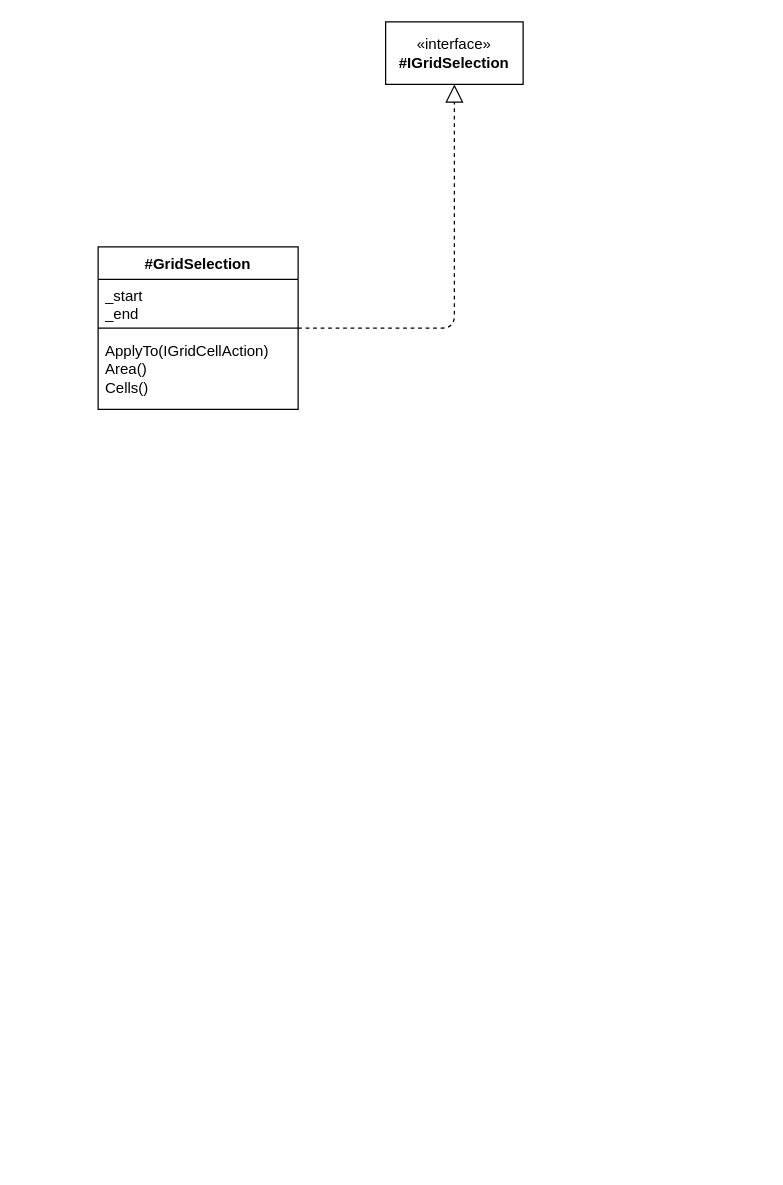
Kyukwang94/tower-defence-game keeps this draw.io diagram as documents/diagrams/GridSelection_System(elegant).drawio. Above is the earlier version. Source tidied: cells renumbered, new cells numbered last; positions are measured from the earlier drawing's top-left corner, leaving out a move shared by most shapes. Both pictures are drawn from the tidied source at 125%, with x=0, y=0 at pixel (98, 21).
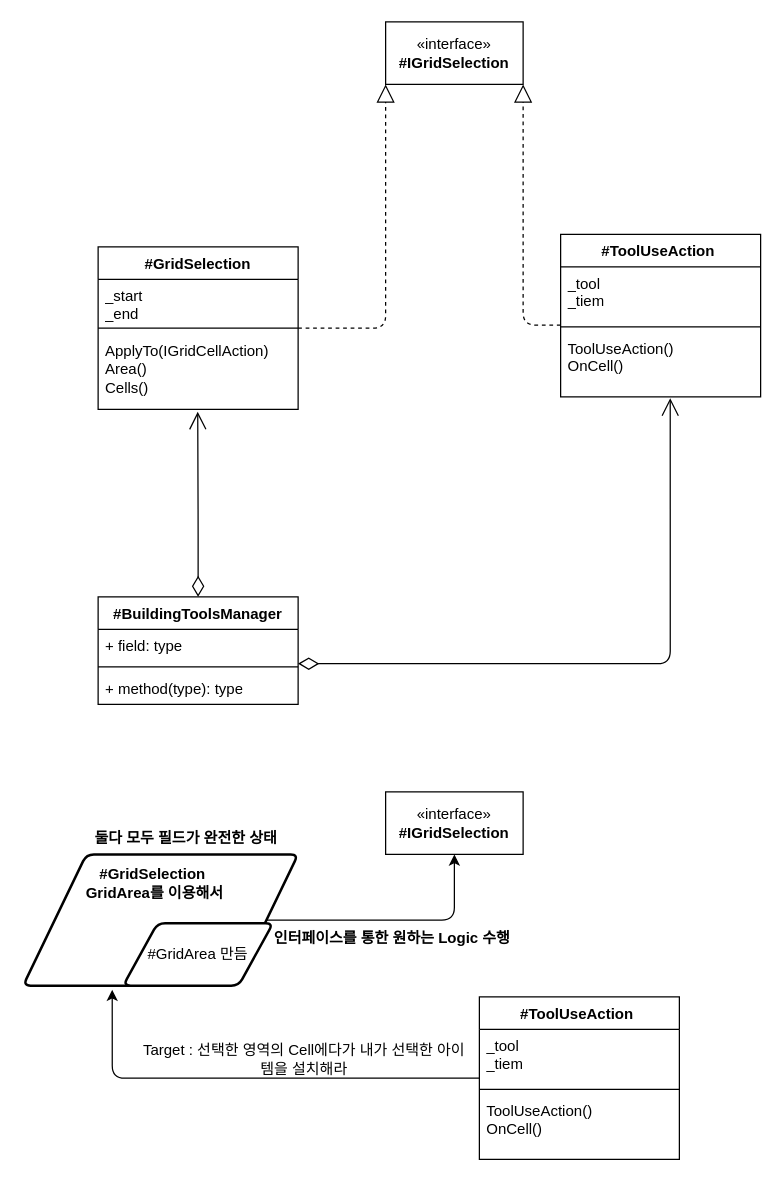
The same page after the edit.

Commit message (it also covers changes not shown here):
REF : BuildingToolsManager <<elegant objects>> 저자가 의도하는 바로 코드 리팩토링 객체가 능동적으로 명령을 수행 할 수 있도록 바꿈

Unchanged cells that the change refers to:
```xml
<mxCell id="2" value="#GridSelection&lt;div&gt;&lt;br&gt;&lt;/div&gt;" style="swimlane;fontStyle=1;align=center;verticalAlign=top;horizontal=1;startSize=26;whiteSpace=wrap;html=1;" parent="1" vertex="1">
  <mxGeometry y="180" width="160" height="130" as="geometry" />
</mxCell>
<mxCell id="5" value="ApplyTo(IGridCellAction)&amp;nbsp;&lt;div&gt;Area()&lt;/div&gt;&lt;div&gt;Cells()&lt;/div&gt;" style="text;strokeColor=none;fillColor=none;align=left;verticalAlign=top;spacingLeft=4;spacingRight=4;overflow=hidden;points=[[0,0.5],[1,0.5]];portConstraint=eastwest;whiteSpace=wrap;html=1;" parent="2" vertex="1">
  <mxGeometry y="70" width="160" height="60" as="geometry" />
</mxCell>
<mxCell id="6" value="«interface»&lt;br&gt;&lt;b&gt;#IGridSelection&lt;/b&gt;" style="html=1;whiteSpace=wrap;" parent="1" vertex="1">
  <mxGeometry x="230" width="110" height="50" as="geometry" />
</mxCell>
```

Diff of the diagram source:
```diff
@@
-    <mxCell id="7" style="endArrow=block;dashed=1;endFill=0;endSize=12;html=1;entryX=0.5;entryY=1;entryDx=0;entryDy=0;exitX=1;exitY=0.5;exitDx=0;exitDy=0;edgeStyle=orthogonalEdgeStyle;" parent="1" edge="1" source="2" target="6">
+    <mxCell id="7" style="endArrow=block;dashed=1;endFill=0;endSize=12;html=1;entryX=0;entryY=1;entryDx=0;entryDy=0;exitX=1;exitY=0.5;exitDx=0;exitDy=0;edgeStyle=orthogonalEdgeStyle;" parent="1" edge="1" source="2" target="6">
       <mxGeometry relative="1" as="geometry" />
     </mxCell>
+    <mxCell id="8" value="#ToolUseAction&amp;nbsp;" style="swimlane;fontStyle=1;align=center;verticalAlign=top;horizontal=1;startSize=26;whiteSpace=wrap;html=1;" parent="1" vertex="1">
+      <mxGeometry x="370" y="170" width="160" height="130" as="geometry" />
+    </mxCell>
+    <mxCell id="9" value="_tool&lt;div&gt;_tiem&lt;/div&gt;" style="text;strokeColor=none;fillColor=none;align=left;verticalAlign=top;spacingLeft=4;spacingRight=4;overflow=hidden;points=[[0,0.5],[1,0.5]];portConstraint=eastwest;whiteSpace=wrap;html=1;" parent="8" vertex="1">
+      <mxGeometry y="26" width="160" height="44" as="geometry" />
+    </mxCell>
+    <mxCell id="10" style="line;strokeWidth=1;fillColor=none;align=left;verticalAlign=middle;spacingTop=-1;spacingLeft=3;spacingRight=3;labelPosition=right;strokeColor=inherit;" parent="8" vertex="1">
+      <mxGeometry y="70" width="160" height="8" as="geometry" />
+    </mxCell>
+    <mxCell id="11" value="ToolUseAction()&lt;div&gt;OnCell()&lt;/div&gt;" style="text;strokeColor=none;fillColor=none;align=left;verticalAlign=top;spacingLeft=4;spacingRight=4;overflow=hidden;points=[[0,0.5],[1,0.5]];portConstraint=eastwest;whiteSpace=wrap;html=1;" parent="8" vertex="1">
+      <mxGeometry y="78" width="160" height="52" as="geometry" />
+    </mxCell>
+    <mxCell id="12" style="endArrow=block;dashed=1;endFill=0;endSize=12;html=1;entryX=1;entryY=1;entryDx=0;entryDy=0;exitX=0;exitY=1.058;exitDx=0;exitDy=0;edgeStyle=orthogonalEdgeStyle;exitPerimeter=0;" parent="1" edge="1" source="9" target="6">
+      <mxGeometry relative="1" as="geometry" />
+    </mxCell>
+    <mxCell id="13" value="#BuildingToolsManager" style="swimlane;fontStyle=1;align=center;verticalAlign=top;horizontal=1;startSize=26;whiteSpace=wrap;html=1;" parent="1" vertex="1">
+      <mxGeometry y="460" width="160" height="86" as="geometry" />
+    </mxCell>
+    <mxCell id="14" value="+ field: type" style="text;strokeColor=none;fillColor=none;align=left;verticalAlign=top;spacingLeft=4;spacingRight=4;overflow=hidden;points=[[0,0.5],[1,0.5]];portConstraint=eastwest;whiteSpace=wrap;html=1;" parent="13" vertex="1">
+      <mxGeometry y="26" width="160" height="26" as="geometry" />
+    </mxCell>
+    <mxCell id="15" style="line;strokeWidth=1;fillColor=none;align=left;verticalAlign=middle;spacingTop=-1;spacingLeft=3;spacingRight=3;labelPosition=right;strokeColor=inherit;" parent="13" vertex="1">
+      <mxGeometry y="52" width="160" height="8" as="geometry" />
+    </mxCell>
+    <mxCell id="16" value="+ method(type): type" style="text;strokeColor=none;fillColor=none;align=left;verticalAlign=top;spacingLeft=4;spacingRight=4;overflow=hidden;whiteSpace=wrap;html=1;" parent="13" vertex="1">
+      <mxGeometry y="60" width="160" height="26" as="geometry" />
+    </mxCell>
+    <mxCell id="17" style="endArrow=open;html=1;endSize=12;startArrow=diamondThin;startSize=14;startFill=0;edgeStyle=orthogonalEdgeStyle;align=left;verticalAlign=bottom;exitX=0.5;exitY=0;exitDx=0;exitDy=0;entryX=0.498;entryY=1.031;entryDx=0;entryDy=0;entryPerimeter=0;" parent="1" edge="1" source="13" target="5">
+      <mxGeometry x="-1" y="3" relative="1" as="geometry">
+        <Array as="points">
+          <mxPoint x="80" y="400" />
+          <mxPoint x="80" y="400" />
+        </Array>
+      </mxGeometry>
+    </mxCell>
+    <mxCell id="18" style="endArrow=open;html=1;endSize=12;startArrow=diamondThin;startSize=14;startFill=0;edgeStyle=orthogonalEdgeStyle;align=left;verticalAlign=bottom;exitX=1;exitY=1.055;exitDx=0;exitDy=0;entryX=0.548;entryY=1.02;entryDx=0;entryDy=0;entryPerimeter=0;exitPerimeter=0;" parent="1" edge="1" source="14" target="11">
+      <mxGeometry x="-1" y="3" relative="1" as="geometry">
+        <Array as="points">
+          <mxPoint x="458" y="513" />
+        </Array>
+      </mxGeometry>
+    </mxCell>
+    <mxCell id="19" style="edgeStyle=orthogonalEdgeStyle;html=1;entryX=0.5;entryY=1;entryDx=0;entryDy=0;" parent="1" edge="1" source="20" target="24">
+      <mxGeometry relative="1" as="geometry" />
+    </mxCell>
+    <mxCell id="20" style="shape=parallelogram;html=1;strokeWidth=2;perimeter=parallelogramPerimeter;whiteSpace=wrap;rounded=1;arcSize=12;size=0.23;align=left;" parent="1" vertex="1">
+      <mxGeometry x="-60" y="666" width="220" height="105" as="geometry" />
+    </mxCell>
+    <mxCell id="21" value="#GridArea 만듬" style="shape=parallelogram;html=1;strokeWidth=2;perimeter=parallelogramPerimeter;whiteSpace=wrap;rounded=1;arcSize=12;size=0.23;" parent="20" vertex="1">
+      <mxGeometry x="80" y="55" width="120" height="50" as="geometry" />
+    </mxCell>
+    <mxCell id="22" value="#GridSelection&amp;nbsp;&lt;div&gt;GridArea를 이용해서&lt;/div&gt;" style="text;align=center;fontStyle=1;verticalAlign=middle;spacingLeft=3;spacingRight=3;strokeColor=none;html=1;" parent="20" vertex="1">
+      <mxGeometry x="50" y="10" width="110" height="26" as="geometry" />
+    </mxCell>
+    <mxCell id="23" value="둘다 모두 필드가 완전한 상태" style="text;align=center;fontStyle=1;verticalAlign=middle;spacingLeft=3;spacingRight=3;strokeColor=none;html=1;" parent="1" vertex="1">
+      <mxGeometry x="30" y="640" width="80" height="26" as="geometry" />
+    </mxCell>
+    <mxCell id="24" value="«interface»&lt;br&gt;&lt;b&gt;#IGridSelection&lt;/b&gt;" style="html=1;whiteSpace=wrap;" parent="1" vertex="1">
+      <mxGeometry x="230" y="616" width="110" height="50" as="geometry" />
+    </mxCell>
+    <mxCell id="25" value="인터페이스를 통한 원하는 Logic 수행" style="text;align=center;fontStyle=1;verticalAlign=middle;spacingLeft=3;spacingRight=3;strokeColor=none;html=1;" parent="1" vertex="1">
+      <mxGeometry x="130" y="720" width="210" height="26" as="geometry" />
+    </mxCell>
+    <mxCell id="26" value="Target : 선택한 영역의 Cell에다가 내가 선택한 아이템을 설치해라" style="text;html=1;align=center;verticalAlign=middle;whiteSpace=wrap;rounded=0;" parent="1" vertex="1">
+      <mxGeometry x="30" y="780" width="270" height="100" as="geometry" />
+    </mxCell>
+    <mxCell id="27" value="#ToolUseAction&amp;nbsp;" style="swimlane;fontStyle=1;align=center;verticalAlign=top;horizontal=1;startSize=26;whiteSpace=wrap;html=1;" parent="1" vertex="1">
+      <mxGeometry x="305" y="780" width="160" height="130" as="geometry" />
+    </mxCell>
+    <mxCell id="28" value="_tool&lt;div&gt;_tiem&lt;/div&gt;" style="text;strokeColor=none;fillColor=none;align=left;verticalAlign=top;spacingLeft=4;spacingRight=4;overflow=hidden;whiteSpace=wrap;html=1;" parent="27" vertex="1">
+      <mxGeometry y="26" width="160" height="44" as="geometry" />
+    </mxCell>
+    <mxCell id="29" style="line;strokeWidth=1;fillColor=none;align=left;verticalAlign=middle;spacingTop=-1;spacingLeft=3;spacingRight=3;labelPosition=right;strokeColor=inherit;" parent="27" vertex="1">
+      <mxGeometry y="70" width="160" height="8" as="geometry" />
+    </mxCell>
+    <mxCell id="30" value="ToolUseAction()&lt;div&gt;OnCell()&lt;/div&gt;" style="text;strokeColor=none;fillColor=none;align=left;verticalAlign=top;spacingLeft=4;spacingRight=4;overflow=hidden;whiteSpace=wrap;html=1;" parent="27" vertex="1">
+      <mxGeometry y="78" width="160" height="52" as="geometry" />
+    </mxCell>
+    <mxCell id="31" style="edgeStyle=orthogonalEdgeStyle;html=1;entryX=0.324;entryY=1.032;entryDx=0;entryDy=0;entryPerimeter=0;" parent="1" edge="1" source="27" target="20">
+      <mxGeometry relative="1" as="geometry" />
+    </mxCell>
```
